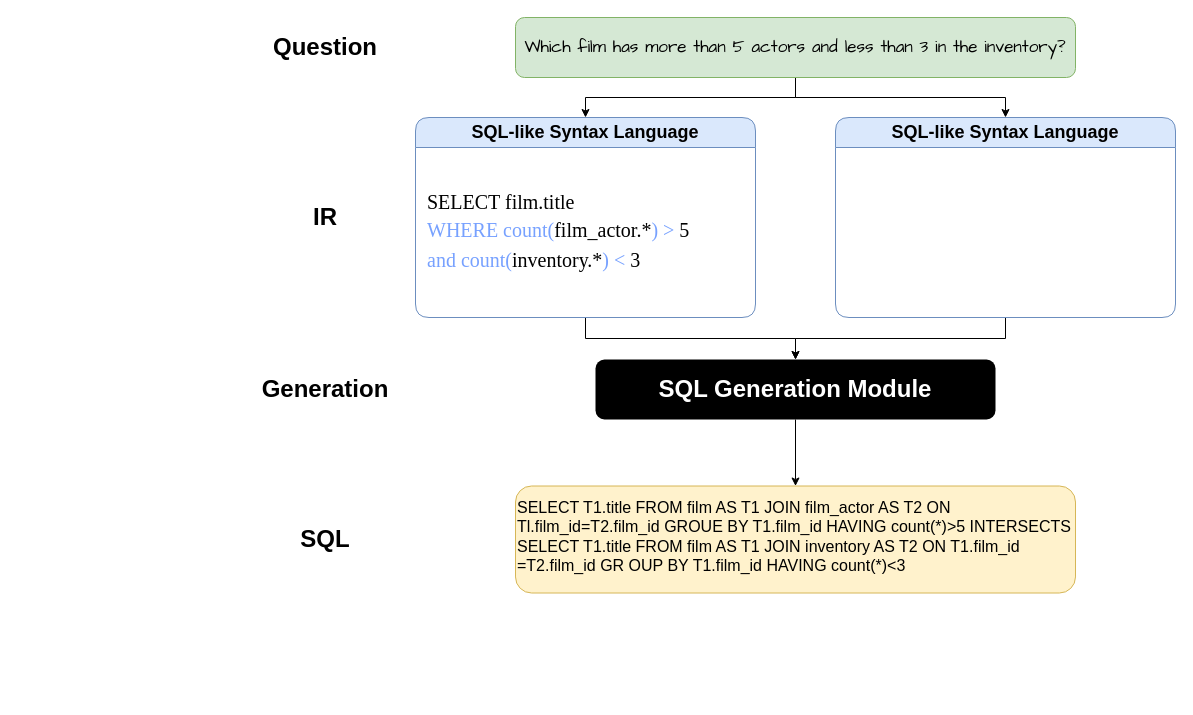
Before: 未命名绘图.drawio in MPX0222/PG-Assignments, a draw.io diagram. Source tidied: cells renumbered, new cells numbered last; positions are measured from the earlier drawing's top-left corner, leaving out a move shared by most shapes. Both pictures are drawn from the tidied source at 100%, with x=0, y=0 at pixel (275, 17).
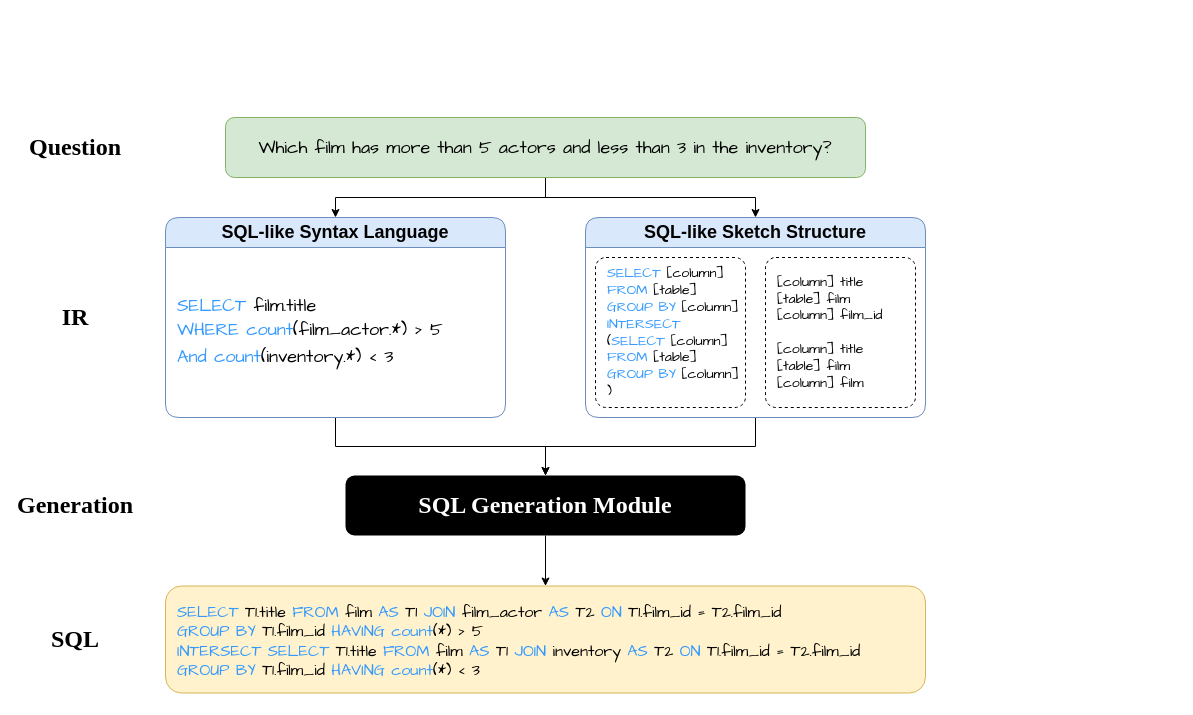
The same diagram, later.

Commit message (it also covers changes not shown here):
更新未命名绘图.drawio

Diff of the diagram source:
```diff
@@
-    <mxCell id="4" value="&lt;div style=&quot;caret-color: rgb(0, 0, 0); color: rgb(0, 0, 0); text-align: start; font-size: 17px;&quot; title=&quot;Page 2&quot; class=&quot;page&quot;&gt;&lt;div class=&quot;layoutArea&quot; style=&quot;font-size: 17px;&quot;&gt;&lt;div class=&quot;column&quot; style=&quot;font-size: 17px;&quot;&gt;&lt;p style=&quot;font-size: 17px;&quot;&gt;&lt;span style=&quot;font-size: 17px;&quot;&gt;Which film has more than 5 actors and less than 3 in the inventory?&lt;/span&gt;&lt;/p&gt;&lt;/div&gt;&lt;/div&gt;&lt;/div&gt;" style="rounded=1;whiteSpace=wrap;html=1;fillColor=#d5e8d4;strokeColor=#82b366;fontFamily=Comic Sans MS;fontSize=17;" parent="1" vertex="1">
-      <mxGeometry x="240" width="560" height="60" as="geometry" />
+    <mxCell id="4" value="&lt;div class=&quot;page&quot; title=&quot;Page 2&quot; style=&quot;caret-color: rgb(0, 0, 0); color: rgb(0, 0, 0); text-align: start; font-size: 18px;&quot;&gt;&lt;div style=&quot;font-size: 18px;&quot; class=&quot;layoutArea&quot;&gt;&lt;div style=&quot;font-size: 18px;&quot; class=&quot;column&quot;&gt;&lt;p style=&quot;font-size: 18px;&quot;&gt;&lt;span style=&quot;font-size: 18px;&quot;&gt;Which film has more than 5 actors and less than 3 in the inventory?&lt;/span&gt;&lt;/p&gt;&lt;/div&gt;&lt;/div&gt;&lt;/div&gt;" style="rounded=1;whiteSpace=wrap;html=1;fillColor=#d5e8d4;strokeColor=#82b366;fontFamily=Comic Sans MS;fontSize=18;" parent="1" vertex="1">
+      <mxGeometry x="-50" y="100" width="640" height="60" as="geometry" />
     </mxCell>
@@
-    <mxCell id="6" value="Question" style="text;html=1;align=center;verticalAlign=middle;whiteSpace=wrap;rounded=0;fontSize=24;fontStyle=1;" parent="1" vertex="1">
-      <mxGeometry y="5" width="100" height="50" as="geometry" />
+    <mxCell id="6" value="Question" style="text;html=1;align=center;verticalAlign=middle;whiteSpace=wrap;rounded=0;fontSize=24;fontStyle=1;fontFamily=Garamond;" parent="1" vertex="1">
+      <mxGeometry x="-250" y="105" width="100" height="50" as="geometry" />
     </mxCell>
-    <mxCell id="7" value="IR" style="text;html=1;align=center;verticalAlign=middle;whiteSpace=wrap;rounded=0;fontSize=24;fontStyle=1;" parent="1" vertex="1">
-      <mxGeometry y="175" width="100" height="50" as="geometry" />
+    <mxCell id="7" value="IR" style="text;html=1;align=center;verticalAlign=middle;whiteSpace=wrap;rounded=0;fontSize=24;fontStyle=1;fontFamily=Garamond;" parent="1" vertex="1">
+      <mxGeometry x="-250" y="275" width="100" height="50" as="geometry" />
     </mxCell>
-    <mxCell id="8" value="Generation" style="text;html=1;align=center;verticalAlign=middle;whiteSpace=wrap;rounded=0;fontSize=24;fontStyle=1;" parent="1" vertex="1">
-      <mxGeometry y="347" width="100" height="50" as="geometry" />
+    <mxCell id="8" value="Generation" style="text;html=1;align=center;verticalAlign=middle;whiteSpace=wrap;rounded=0;fontSize=24;fontStyle=1;fontFamily=Garamond;" parent="1" vertex="1">
+      <mxGeometry x="-250" y="463" width="100" height="50" as="geometry" />
     </mxCell>
-    <mxCell id="9" value="SQL" style="text;html=1;align=center;verticalAlign=middle;whiteSpace=wrap;rounded=0;fontSize=24;fontStyle=1;" parent="1" vertex="1">
-      <mxGeometry y="497" width="100" height="50" as="geometry" />
+    <mxCell id="9" value="SQL" style="text;html=1;align=center;verticalAlign=middle;whiteSpace=wrap;rounded=0;fontSize=24;fontStyle=1;fontFamily=Garamond;" parent="1" vertex="1">
+      <mxGeometry x="-250" y="597" width="100" height="50" as="geometry" />
     </mxCell>
     <mxCell id="10" value="&lt;div style=&quot;caret-color: rgb(0, 0, 0); color: rgb(0, 0, 0); text-align: start; font-size: 19px;&quot; title=&quot;Page 2&quot; class=&quot;page&quot;&gt;&lt;div class=&quot;layoutArea&quot; style=&quot;font-size: 19px;&quot;&gt;&lt;div class=&quot;column&quot; style=&quot;font-size: 19px;&quot;&gt;&lt;div class=&quot;page&quot; title=&quot;Page 2&quot; style=&quot;font-size: 19px;&quot;&gt;&lt;div class=&quot;layoutArea&quot; style=&quot;font-size: 19px;&quot;&gt;&lt;div class=&quot;column&quot; style=&quot;font-size: 19px;&quot;&gt;&lt;p style=&quot;font-size: 19px;&quot;&gt;&lt;br&gt;&lt;/p&gt;&lt;/div&gt;&lt;/div&gt;&lt;/div&gt;&lt;/div&gt;&lt;/div&gt;&lt;/div&gt;" style="rounded=1;whiteSpace=wrap;html=1;fillColor=#fff2cc;strokeColor=#d6b656;fontFamily=Comic Sans MS;fontSize=19;" parent="1" vertex="1">
-      <mxGeometry x="240" y="468.5" width="560" height="107" as="geometry" />
+      <mxGeometry x="-110" y="568.5" width="760" height="107" as="geometry" />
     </mxCell>
@@
-    <mxCell id="13" value="&lt;div class=&quot;page&quot; title=&quot;Page 2&quot; style=&quot;caret-color: rgb(0, 0, 0); text-align: start; font-size: 24px;&quot;&gt;&lt;div style=&quot;font-size: 24px;&quot; class=&quot;layoutArea&quot;&gt;&lt;div style=&quot;font-size: 24px;&quot; class=&quot;column&quot;&gt;&lt;p style=&quot;font-size: 24px;&quot;&gt;&lt;span style=&quot;font-size: 24px;&quot;&gt;SQL Generation Module&lt;/span&gt;&lt;/p&gt;&lt;/div&gt;&lt;/div&gt;&lt;/div&gt;" style="rounded=1;whiteSpace=wrap;html=1;fillColor=#000000;strokeColor=none;fontFamily=Helvetica;fontSize=24;fontStyle=1;fontColor=#FFFFFF;" parent="1" vertex="1">
-      <mxGeometry x="320" y="342" width="400" height="60" as="geometry" />
+    <mxCell id="13" value="&lt;div style=&quot;caret-color: rgb(0, 0, 0); text-align: start; font-size: 24px;&quot; title=&quot;Page 2&quot; class=&quot;page&quot;&gt;&lt;div class=&quot;layoutArea&quot; style=&quot;font-size: 24px;&quot;&gt;&lt;div class=&quot;column&quot; style=&quot;font-size: 24px;&quot;&gt;&lt;p style=&quot;font-size: 24px;&quot;&gt;&lt;span style=&quot;font-size: 24px;&quot;&gt;SQL Generation Module&lt;/span&gt;&lt;/p&gt;&lt;/div&gt;&lt;/div&gt;&lt;/div&gt;" style="rounded=1;whiteSpace=wrap;html=1;fillColor=#000000;strokeColor=none;fontFamily=Garamond;fontSize=24;fontStyle=1;fontColor=#FFFFFF;" parent="1" vertex="1">
+      <mxGeometry x="70" y="458" width="400" height="60" as="geometry" />
     </mxCell>
     <mxCell id="14" value="SQL-like Syntax Language" style="swimlane;whiteSpace=wrap;html=1;fillColor=#dae8fc;strokeColor=#6c8ebf;rounded=1;startSize=30;fontSize=18;" parent="1" vertex="1">
-      <mxGeometry x="140" y="100" width="340" height="200" as="geometry" />
+      <mxGeometry x="-110" y="200" width="340" height="200" as="geometry" />
     </mxCell>
-    <mxCell id="15" value="&lt;font style=&quot;font-size: 20px;&quot;&gt;SELECT film.title&amp;nbsp;&lt;/font&gt;&lt;div style=&quot;font-size: 20px; line-height: 150%;&quot;&gt;&lt;font style=&quot;font-size: 20px;&quot;&gt;&lt;span style=&quot;color: rgb(119, 161, 255);&quot;&gt;WHERE count(&lt;/span&gt;film_actor.*&lt;span style=&quot;color: rgb(119, 161, 255);&quot;&gt;) &amp;gt;&amp;nbsp;&lt;/span&gt;5&lt;/font&gt;&lt;/div&gt;&lt;div style=&quot;font-size: 20px; line-height: 150%;&quot;&gt;&lt;font style=&quot;font-size: 20px;&quot;&gt;&lt;span style=&quot;color: rgb(119, 161, 255);&quot;&gt;and count(&lt;/span&gt;inventory.*&lt;span style=&quot;color: rgb(119, 161, 255);&quot;&gt;) &amp;lt;&amp;nbsp;&lt;/span&gt;3&lt;/font&gt;&lt;/div&gt;" style="text;html=1;align=left;verticalAlign=middle;whiteSpace=wrap;rounded=1;fontFamily=Garamond;fontSize=18;" parent="14" vertex="1">
+    <mxCell id="15" value="&lt;font style=&quot;font-size: 18px;&quot;&gt;&lt;font style=&quot;font-size: 18px;&quot; color=&quot;#3399ff&quot;&gt;SELECT&lt;/font&gt;&lt;font style=&quot;font-size: 18px;&quot; color=&quot;#99ccff&quot;&gt; &lt;/font&gt;film.title&amp;nbsp;&lt;/font&gt;&lt;div style=&quot;font-size: 18px; line-height: 150%;&quot;&gt;&lt;font style=&quot;font-size: 18px;&quot;&gt;&lt;font style=&quot;font-size: 18px;&quot; color=&quot;#3399ff&quot;&gt;&lt;span style=&quot;font-size: 18px;&quot;&gt;WHERE count&lt;/span&gt;&lt;/font&gt;&lt;span style=&quot;font-size: 18px;&quot;&gt;(&lt;/span&gt;film_actor.*&lt;span style=&quot;font-size: 18px;&quot;&gt;) &amp;gt;&amp;nbsp;&lt;/span&gt;5&lt;/font&gt;&lt;/div&gt;&lt;div style=&quot;font-size: 18px; line-height: 150%;&quot;&gt;&lt;font style=&quot;font-size: 18px;&quot;&gt;&lt;font style=&quot;font-size: 18px;&quot; color=&quot;#3399ff&quot;&gt;&lt;span style=&quot;font-size: 18px;&quot;&gt;And count&lt;/span&gt;&lt;/font&gt;&lt;span style=&quot;font-size: 18px;&quot;&gt;(&lt;/span&gt;inventory.*&lt;span style=&quot;font-size: 18px;&quot;&gt;) &amp;lt;&amp;nbsp;&lt;/span&gt;3&lt;/font&gt;&lt;/div&gt;" style="text;html=1;align=left;verticalAlign=middle;whiteSpace=wrap;rounded=1;fontFamily=Comic Sans MS;fontSize=18;" parent="14" vertex="1">
       <mxGeometry x="10" y="30" width="320" height="170" as="geometry" />
     </mxCell>
-    <mxCell id="16" value="SQL-like Syntax Language" style="swimlane;whiteSpace=wrap;html=1;fillColor=#dae8fc;strokeColor=#6c8ebf;rounded=1;startSize=30;fontSize=18;" parent="1" vertex="1">
-      <mxGeometry x="560" y="100" width="340" height="200" as="geometry" />
+    <mxCell id="16" value="SQL-like Sketch Structure" style="swimlane;whiteSpace=wrap;html=1;fillColor=#dae8fc;strokeColor=#6c8ebf;rounded=1;startSize=30;fontSize=18;" parent="1" vertex="1">
+      <mxGeometry x="310" y="200" width="340" height="200" as="geometry" />
     </mxCell>
+    <mxCell id="18" style="rounded=1;whiteSpace=wrap;html=1;dashed=1;arcSize=7;" parent="16" vertex="1">
+      <mxGeometry x="10" y="40" width="150" height="150" as="geometry" />
+    </mxCell>
+    <mxCell id="19" style="rounded=1;whiteSpace=wrap;html=1;dashed=1;arcSize=7;" parent="16" vertex="1">
+      <mxGeometry x="180" y="40" width="150" height="150" as="geometry" />
+    </mxCell>
+    <mxCell id="20" value="&lt;div style=&quot;font-size: 14px;&quot;&gt;&lt;font color=&quot;#3399ff&quot;&gt;SELECT &lt;/font&gt;[column]&lt;br&gt;&lt;/div&gt;&lt;div style=&quot;font-size: 14px;&quot;&gt;&lt;font color=&quot;#3399ff&quot;&gt;FROM &lt;/font&gt;[table]&lt;/div&gt;&lt;div style=&quot;font-size: 14px;&quot;&gt;&lt;font color=&quot;#3399ff&quot;&gt;GROUP BY &lt;/font&gt;[column]&lt;/div&gt;&lt;div style=&quot;font-size: 14px;&quot;&gt;&lt;font color=&quot;#3399ff&quot;&gt;INTERSECT&lt;/font&gt;&lt;/div&gt;&lt;div style=&quot;font-size: 14px;&quot;&gt;(&lt;font color=&quot;#3399ff&quot;&gt;SELECT &lt;/font&gt;[column]&lt;/div&gt;&lt;div style=&quot;font-size: 14px;&quot;&gt;&lt;font color=&quot;#3399ff&quot;&gt;FROM &lt;/font&gt;[table]&lt;/div&gt;&lt;div style=&quot;font-size: 14px;&quot;&gt;&lt;font color=&quot;#3399ff&quot;&gt;GROUP BY&lt;/font&gt;&amp;nbsp;[column] )&lt;br style=&quot;font-size: 14px;&quot;&gt;&lt;/div&gt;" style="text;html=1;align=left;verticalAlign=middle;whiteSpace=wrap;rounded=1;fontSize=14;fontFamily=Comic Sans MS;" parent="16" vertex="1">
+      <mxGeometry x="20" y="40" width="140" height="150" as="geometry" />
+    </mxCell>
+    <mxCell id="21" value="&lt;div style=&quot;font-size: 14px;&quot;&gt;[column] title &lt;font color=&quot;#3399ff&quot;&gt;&lt;/font&gt;&lt;/div&gt;&lt;div style=&quot;font-size: 14px;&quot;&gt;[table] film&lt;br&gt;&lt;/div&gt;&lt;div style=&quot;font-size: 14px;&quot;&gt;[column] film_id&amp;nbsp; &lt;/div&gt;&lt;div style=&quot;font-size: 14px;&quot;&gt;&lt;br&gt;&lt;/div&gt;&lt;div style=&quot;font-size: 14px;&quot;&gt;[column] title&lt;br&gt;&lt;/div&gt;&lt;div style=&quot;font-size: 14px;&quot;&gt;[table] film&lt;br&gt;&lt;/div&gt;&lt;div style=&quot;font-size: 14px;&quot;&gt;[column] film&lt;br style=&quot;font-size: 14px;&quot;&gt;&lt;/div&gt;" style="text;html=1;align=left;verticalAlign=middle;whiteSpace=wrap;rounded=1;fontSize=14;fontFamily=Comic Sans MS;" parent="16" vertex="1">
+      <mxGeometry x="190" y="40" width="140" height="150" as="geometry" />
+    </mxCell>
-    <mxCell id="17" value="&lt;div style=&quot;font-size: 16px;&quot;&gt;&lt;font face=&quot;Helvetica&quot;&gt;SELECT T1.title FROM film AS T1 JOIN film_actor AS T2 ON Tl.film_id=T2.film_id GROUE BY T1.film_id HAVING count(*)&amp;gt;5 INTERSECTS SELECT T1.title FROM film AS T1 JOIN inventory AS T2 ON T1.film_id =T2.film_id GR OUP BY T1.film_id HAVING count(*)&amp;lt;3&lt;/font&gt;&lt;/div&gt;" style="text;html=1;align=left;verticalAlign=middle;whiteSpace=wrap;rounded=1;fontSize=16;fontFamily=Verdana;" parent="1" vertex="1">
-      <mxGeometry x="240" y="468.5" width="560" height="101.5" as="geometry" />
+    <mxCell id="17" value="&lt;div style=&quot;font-size: 16px;&quot;&gt;&lt;font color=&quot;#3399ff&quot;&gt;SELECT &lt;/font&gt;T1.title &lt;font color=&quot;#3399ff&quot;&gt;FROM &lt;/font&gt;film &lt;font color=&quot;#3399ff&quot;&gt;AS &lt;/font&gt;T1 &lt;font color=&quot;#3399ff&quot;&gt;JOIN &lt;/font&gt;film_actor &lt;font color=&quot;#3399ff&quot;&gt;AS &lt;/font&gt;T2 &lt;font color=&quot;#3399ff&quot;&gt;ON &lt;/font&gt;T1.film_id = T2.film_id&amp;nbsp;&lt;/div&gt;&lt;div style=&quot;font-size: 16px;&quot;&gt;&lt;font color=&quot;#3399ff&quot;&gt;GROUP BY&lt;/font&gt; T1.film_id &lt;font color=&quot;#3399ff&quot;&gt;HAVING count&lt;/font&gt;(*) &amp;gt; 5&amp;nbsp;&lt;/div&gt;&lt;div style=&quot;font-size: 16px;&quot;&gt;&lt;font color=&quot;#3399ff&quot;&gt;INTERSECT SELECT&lt;/font&gt; T1.title &lt;font color=&quot;#3399ff&quot;&gt;FROM &lt;/font&gt;film &lt;font color=&quot;#3399ff&quot;&gt;AS &lt;/font&gt;T1 &lt;font color=&quot;#3399ff&quot;&gt;JOIN &lt;/font&gt;inventory &lt;font color=&quot;#3399ff&quot;&gt;AS &lt;/font&gt;T2 &lt;font color=&quot;#3399ff&quot;&gt;ON &lt;/font&gt;T1.film_id = T2.film_id&amp;nbsp;&lt;/div&gt;&lt;div style=&quot;font-size: 16px;&quot;&gt;&lt;font color=&quot;#3399ff&quot;&gt;GROUP BY &lt;/font&gt;T1.film_id &lt;font color=&quot;#3399ff&quot;&gt;HAVING count&lt;/font&gt;(*) &amp;lt; 3&lt;/div&gt;" style="text;html=1;align=left;verticalAlign=middle;whiteSpace=wrap;rounded=1;fontSize=16;fontFamily=Comic Sans MS;" parent="1" vertex="1">
+      <mxGeometry x="-100" y="568.5" width="750" height="111.5" as="geometry" />
     </mxCell>
```
